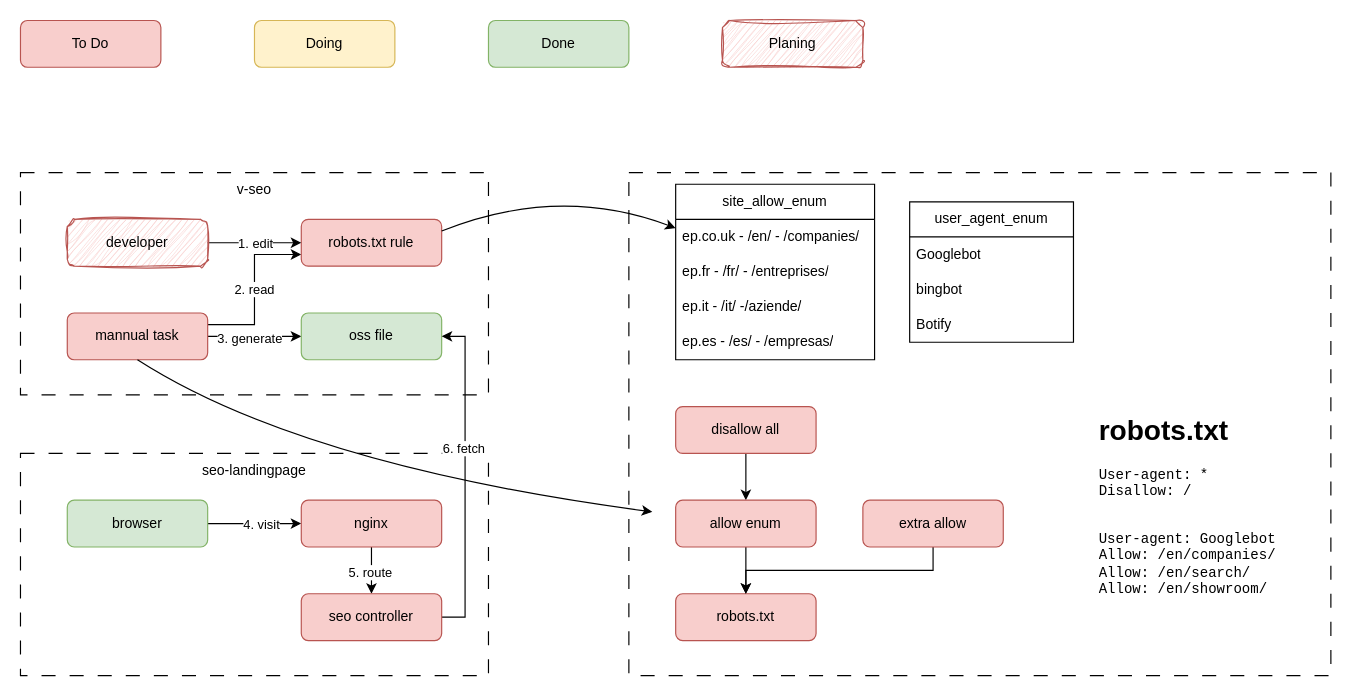
The draw.io diagram drawio/robotstxt.drawio in VisableHarry/seo-drawio, before the edit. Source tidied: cells renumbered, new cells numbered last; positions are measured from the earlier drawing's top-left corner, leaving out a move shared by most shapes. Both pictures are drawn from the tidied source at 117%, with x=0, y=0 at pixel (20, 20).
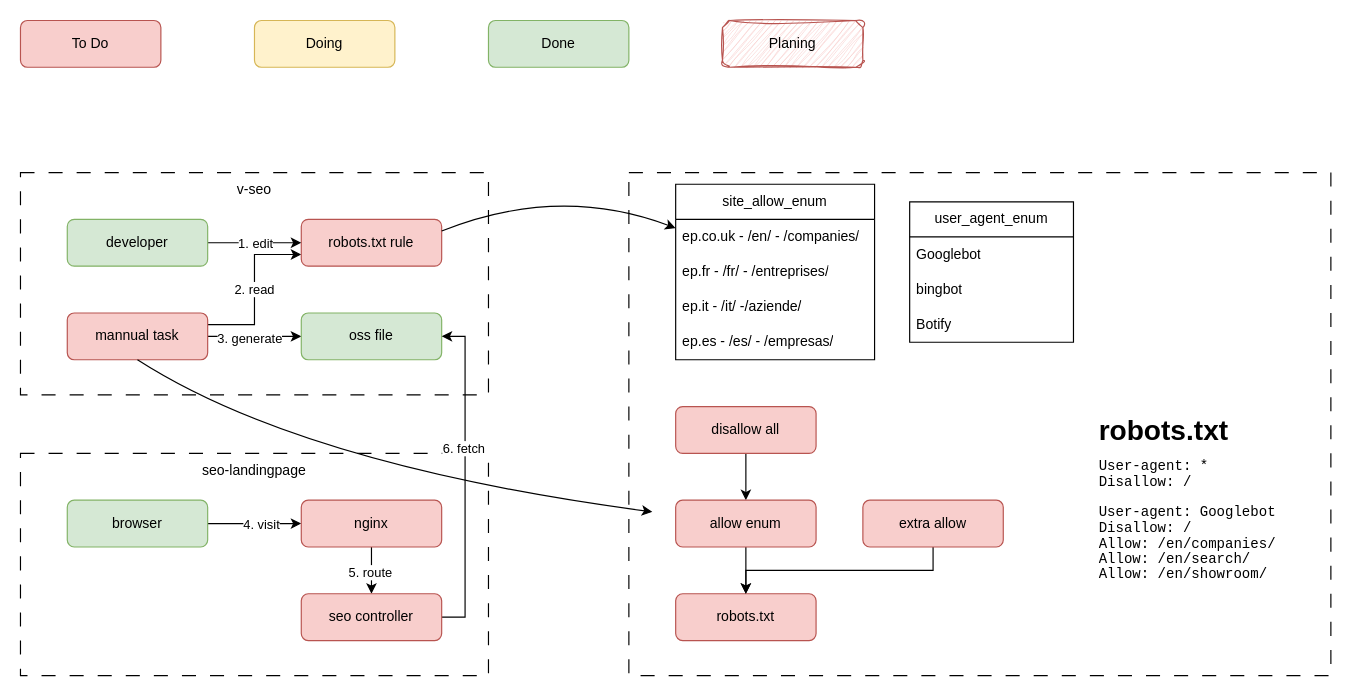
After the change.

The edit, as a diff of the source:
```diff
@@
-    <mxCell id="14" value="developer" style="rounded=1;whiteSpace=wrap;html=1;fillColor=#f8cecc;strokeColor=#b85450;sketch=1;curveFitting=1;jiggle=2;" parent="1" vertex="1">
+    <mxCell id="14" value="developer" style="rounded=1;whiteSpace=wrap;html=1;fillColor=#d5e8d4;strokeColor=#82b366;" parent="1" vertex="1">
       <mxGeometry x="40" y="170" width="120" height="40" as="geometry" />
     </mxCell>
@@
-    <mxCell id="48" value="&lt;h1 style=&quot;margin-top: 0px;&quot;&gt;robots.txt&lt;/h1&gt;&lt;pre&gt;User-agent: *&lt;br&gt;Disallow: /&lt;/pre&gt;&lt;pre&gt;&lt;br&gt;User-agent: Googlebot&lt;br&gt;Allow: /en/companies/&lt;br&gt;Allow: /en/search/&lt;br&gt;Allow: /en/showroom/&lt;/pre&gt;" style="text;html=1;whiteSpace=wrap;overflow=hidden;rounded=0;" parent="1" vertex="1">
+    <mxCell id="48" value="&lt;h1 style=&quot;margin-top: 0px;&quot;&gt;robots.txt&lt;/h1&gt;&lt;pre style=&quot;line-height: 10%;&quot;&gt;User-agent: *&lt;/pre&gt;&lt;pre style=&quot;line-height: 10%;&quot;&gt;Disallow: /&lt;/pre&gt;&lt;pre style=&quot;line-height: 10%;&quot;&gt;&lt;br&gt;&lt;/pre&gt;&lt;pre style=&quot;line-height: 10%;&quot;&gt;User-agent: Googlebot&lt;/pre&gt;&lt;pre style=&quot;line-height: 10%;&quot;&gt;&lt;pre&gt;Disallow: /&lt;/pre&gt;&lt;pre&gt;Allow: /en/companies/&lt;/pre&gt;&lt;pre&gt;Allow: /en/search/&lt;/pre&gt;Allow: /en/showroom/&lt;/pre&gt;" style="text;html=1;whiteSpace=wrap;overflow=hidden;rounded=0;" parent="1" vertex="1">
       <mxGeometry x="920" y="330" width="180" height="200" as="geometry" />
     </mxCell>
```
